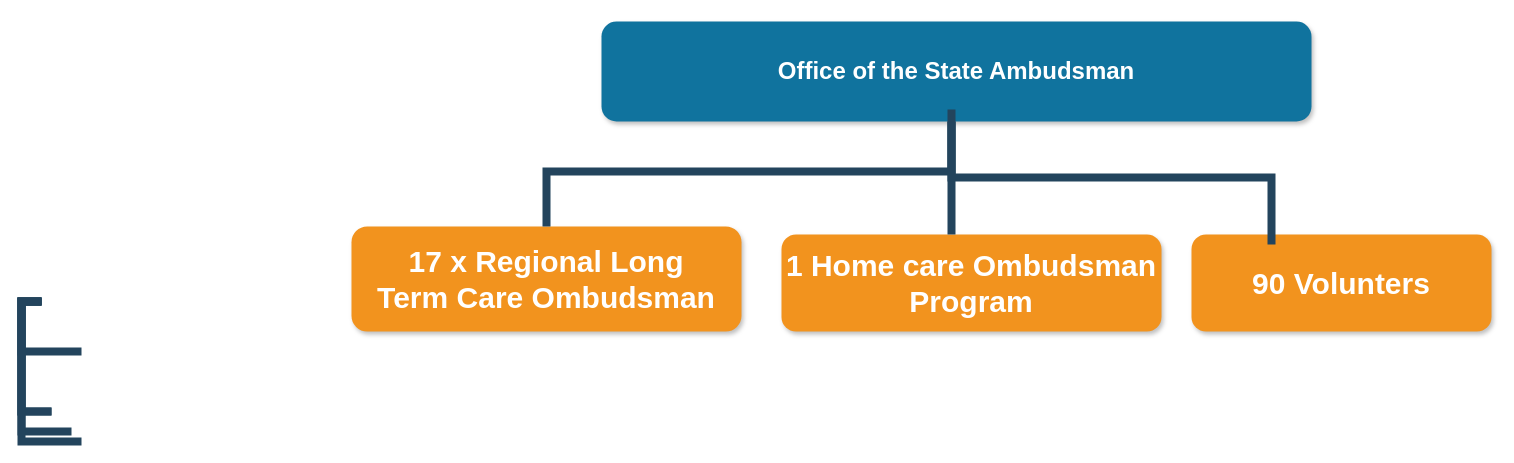
This is StateOffice1.drawio from mufarooq1/git-one, a draw.io file, before an edit. Source tidied: cells renumbered, new cells numbered last; positions are measured from the earlier drawing's top-left corner, leaving out a move shared by most shapes. Both pictures are drawn from the tidied source at 100%, with x=0, y=0 at pixel (21, 21).
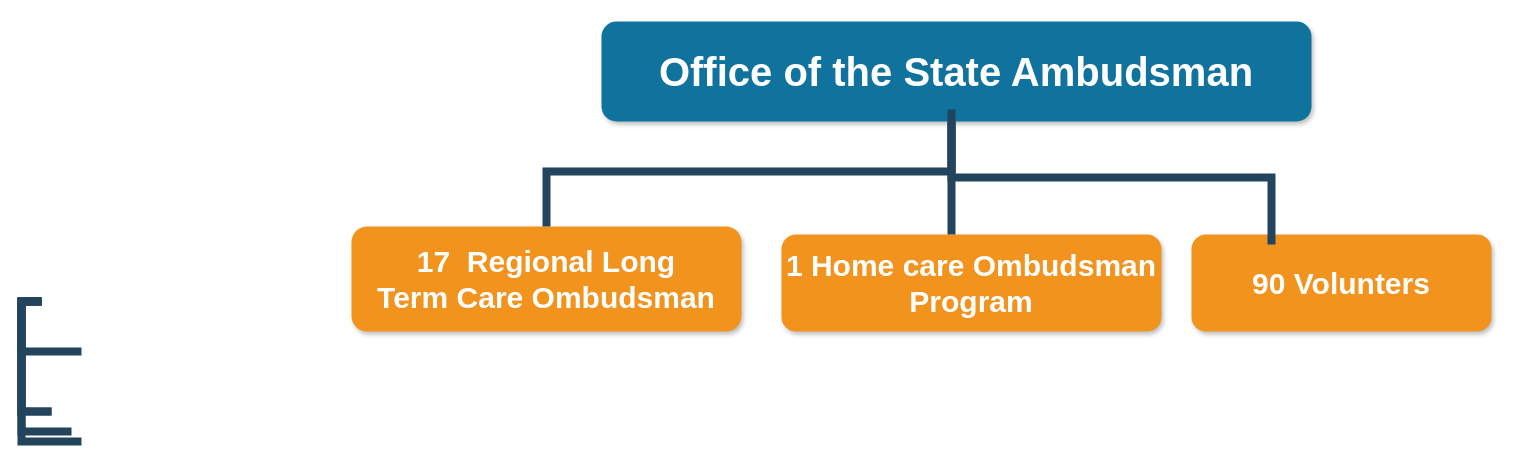
The same diagram, later.

Change to the diagram source:
```diff
@@
-    <mxCell id="2" value="Office of the State Ambudsman" style="whiteSpace=wrap;rounded=1;shadow=1;fillColor=#10739E;strokeColor=none;fontColor=#FFFFFF;fontStyle=1;fontSize=24;" parent="1" vertex="1">
+    <mxCell id="2" value="Office of the State Ambudsman" style="whiteSpace=wrap;rounded=1;shadow=1;fillColor=#10739E;strokeColor=none;fontColor=#FFFFFF;fontStyle=1;fontSize=40;" parent="1" vertex="1">
       <mxGeometry x="580" width="710" height="100" as="geometry" />
     </mxCell>
-    <mxCell id="3" value="17 x Regional Long&#10;Term Care Ombudsman" style="whiteSpace=wrap;rounded=1;fillColor=#F2931E;strokeColor=none;shadow=1;fontColor=#FFFFFF;fontStyle=1;fontSize=30;" parent="1" vertex="1">
+    <mxCell id="3" value="17  Regional Long&#10;Term Care Ombudsman" style="whiteSpace=wrap;rounded=1;fillColor=#F2931E;strokeColor=none;shadow=1;fontColor=#FFFFFF;fontStyle=1;fontSize=30;" parent="1" vertex="1">
       <mxGeometry x="330" y="205" width="390" height="105" as="geometry" />
     </mxCell>
```
